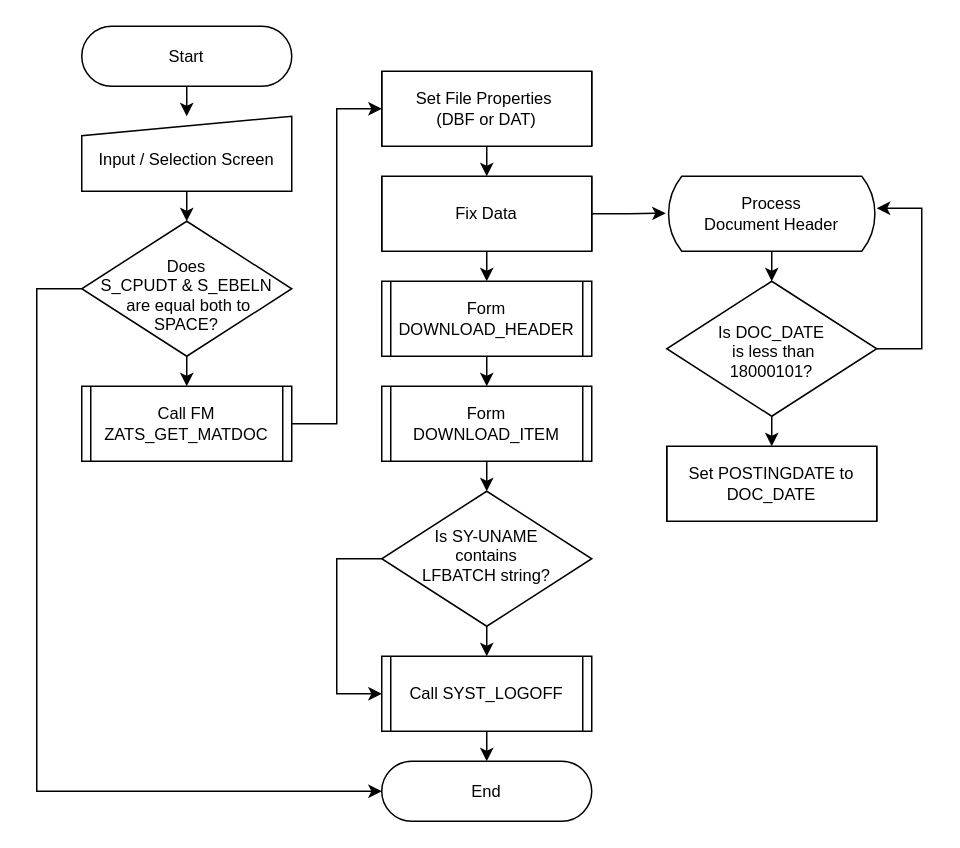
This is MM-E902.drawio from ivanpilariza/assignment, a draw.io file, before an edit. Source tidied: cells renumbered, new cells numbered last; positions are measured from the earlier drawing's top-left corner, leaving out a move shared by most shapes. Both pictures are drawn from the tidied source at 150%, with x=0, y=0 at pixel (36, 26).
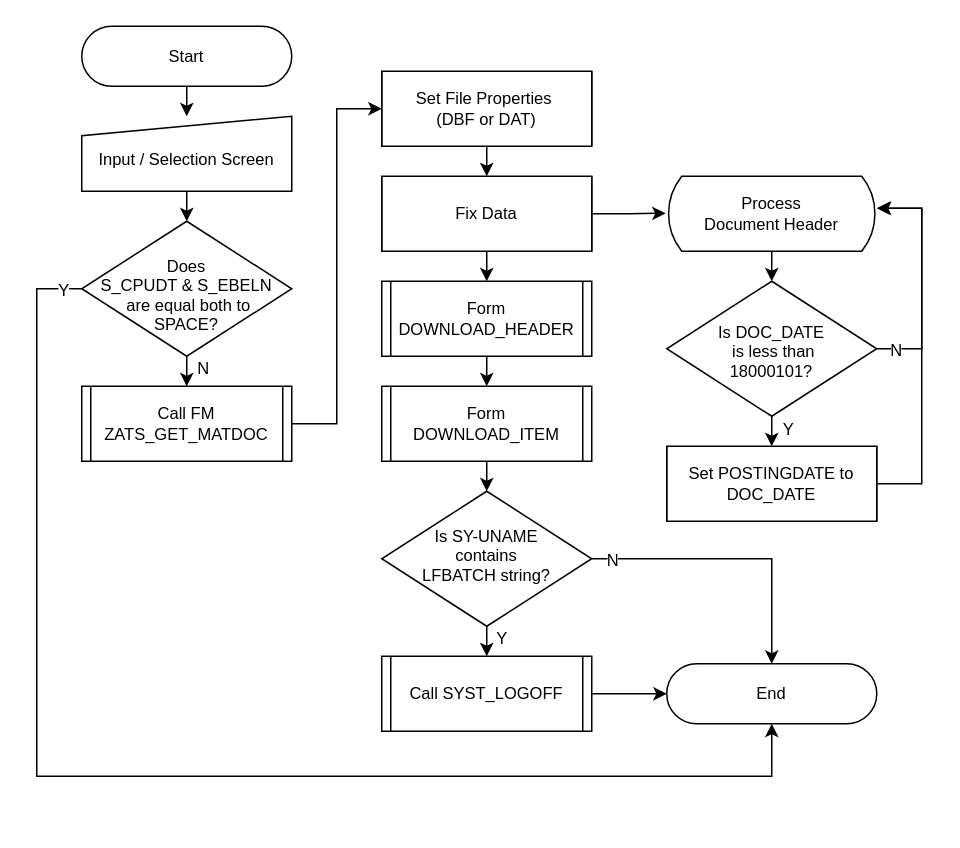
The same page after the edit.

The change refers to these unchanged cells:
```xml
<mxCell id="7" value="&lt;br&gt;Does&lt;br&gt;S_CPUDT &amp;amp; S_EBELN&lt;br&gt;&amp;nbsp;are equal both to &lt;br&gt;SPACE?" style="rhombus;whiteSpace=wrap;html=1;fontSize=11;spacingTop=-5;" parent="1" vertex="1">
  <mxGeometry x="30" y="130" width="140" height="90" as="geometry" />
</mxCell>
<mxCell id="13" value="Process &lt;br&gt;Document Header" style="html=1;dashed=0;whiteSpace=wrap;shape=mxgraph.dfd.loop;fontSize=11;" parent="1" vertex="1">
  <mxGeometry x="420" y="100" width="140" height="50" as="geometry" />
</mxCell>
<mxCell id="15" value="Is DOC_DATE&lt;br&gt;&amp;nbsp;is less than &lt;br&gt;18000101?" style="rhombus;whiteSpace=wrap;html=1;fontSize=11;spacingTop=3;" parent="1" vertex="1">
  <mxGeometry x="420" y="170" width="140" height="90" as="geometry" />
</mxCell>
<mxCell id="16" value="&lt;font style=&quot;font-size: 11px;&quot;&gt;Set POSTINGDATE to DOC_DATE&lt;br&gt;&lt;/font&gt;" style="shape=process;whiteSpace=wrap;html=1;backgroundOutline=1;fontSize=11;size=0;" parent="1" vertex="1">
  <mxGeometry x="420" y="280" width="140" height="50" as="geometry" />
</mxCell>
<mxCell id="26" value="Is SY-UNAME &lt;br&gt;contains&lt;br&gt;LFBATCH string?" style="rhombus;whiteSpace=wrap;html=1;fontSize=11;spacingTop=-5;" parent="1" vertex="1">
  <mxGeometry x="230" y="310" width="140" height="90" as="geometry" />
</mxCell>
<mxCell id="27" value="&lt;font style=&quot;font-size: 11px;&quot;&gt;Call SYST_LOGOFF&lt;br&gt;&lt;/font&gt;" style="shape=process;whiteSpace=wrap;html=1;backgroundOutline=1;fontSize=11;size=0.041666666666666664;" parent="1" vertex="1">
  <mxGeometry x="230" y="420" width="140" height="50" as="geometry" />
</mxCell>
```

Change to the diagram source:
```diff
@@
-    <mxCell id="25" style="edgeStyle=orthogonalEdgeStyle;rounded=0;jettySize=auto;html=1;exitX=0;exitY=0.5;exitDx=0;exitDy=0;entryX=0;entryY=0.5;entryDx=0;entryDy=0;" parent="1" edge="1" source="26" target="27">
-      <mxGeometry relative="1" as="geometry">
-        <Array as="points">
-          <mxPoint x="200" y="355" />
-          <mxPoint x="200" y="445" />
-        </Array>
-      </mxGeometry>
-    </mxCell>
@@
     <mxCell id="28" value="End" style="html=1;dashed=0;whiteSpace=wrap;shape=mxgraph.dfd.start;fontSize=11;" parent="1" vertex="1">
-      <mxGeometry x="230" y="490" width="140" height="40" as="geometry" />
+      <mxGeometry x="420" y="425" width="140" height="40" as="geometry" />
     </mxCell>
+    <mxCell id="31" style="edgeStyle=orthogonalEdgeStyle;rounded=0;jettySize=auto;html=1;exitX=1;exitY=0.5;exitDx=0;exitDy=0;entryX=1;entryY=0.427;entryDx=0;entryDy=0;entryPerimeter=0;" parent="1" edge="1" source="15" target="13">
+      <mxGeometry relative="1" as="geometry">
+        <Array as="points">
+          <mxPoint x="590" y="215" />
+          <mxPoint x="590" y="121" />
+        </Array>
+      </mxGeometry>
+    </mxCell>
+    <mxCell id="32" value="N" style="edgeLabel;html=1;align=center;verticalAlign=middle;" parent="31" vertex="1">
+      <mxGeometry x="-0.85" relative="1" as="geometry" />
+    </mxCell>
+    <mxCell id="33" value="Y" style="text;html=1;align=center;verticalAlign=middle;strokeColor=none;fillColor=none;fontSize=11;" parent="1" vertex="1">
+      <mxGeometry x="295" y="393" width="30" height="30" as="geometry" />
+    </mxCell>
+    <mxCell id="34" value="N" style="text;html=1;align=center;verticalAlign=middle;strokeColor=none;fillColor=none;fontSize=11;" parent="1" vertex="1">
+      <mxGeometry x="96" y="213" width="30" height="30" as="geometry" />
+    </mxCell>
+    <mxCell id="35" value="Y" style="text;html=1;align=center;verticalAlign=middle;strokeColor=none;fillColor=none;fontSize=11;" parent="1" vertex="1">
+      <mxGeometry x="486" y="254" width="30" height="30" as="geometry" />
+    </mxCell>
-    <mxCell id="29" style="edgeStyle=orthogonalEdgeStyle;rounded=0;jettySize=auto;html=1;exitX=0.5;exitY=1;exitDx=0;exitDy=0;entryX=0.5;entryY=0.5;entryDx=0;entryDy=-20;entryPerimeter=0;" parent="1" edge="1" source="27" target="28">
+    <mxCell id="29" style="edgeStyle=orthogonalEdgeStyle;rounded=0;jettySize=auto;html=1;exitX=1;exitY=0.5;exitDx=0;exitDy=0;entryX=0;entryY=0.5;entryDx=0;entryDy=0;entryPerimeter=0;" parent="1" edge="1" source="27" target="28">
       <mxGeometry relative="1" as="geometry" />
     </mxCell>
+    <mxCell id="36" style="edgeStyle=orthogonalEdgeStyle;rounded=0;jettySize=auto;html=1;exitX=1;exitY=0.5;exitDx=0;exitDy=0;entryX=0.5;entryY=0.5;entryDx=0;entryDy=-20;entryPerimeter=0;" parent="1" edge="1" source="26" target="28">
+      <mxGeometry relative="1" as="geometry" />
+    </mxCell>
+    <mxCell id="37" value="N" style="edgeLabel;html=1;align=center;verticalAlign=middle;" parent="36" vertex="1">
+      <mxGeometry x="-0.86" relative="1" as="geometry" />
+    </mxCell>
-    <mxCell id="30" style="edgeStyle=orthogonalEdgeStyle;rounded=0;jettySize=auto;html=1;exitX=0;exitY=0.5;exitDx=0;exitDy=0;entryX=0;entryY=0.5;entryDx=0;entryDy=0;entryPerimeter=0;" parent="1" edge="1" source="7" target="28">
+    <mxCell id="30" style="edgeStyle=orthogonalEdgeStyle;rounded=0;jettySize=auto;html=1;exitX=0;exitY=0.5;exitDx=0;exitDy=0;entryX=0.5;entryY=0.5;entryDx=0;entryDy=20;entryPerimeter=0;" parent="1" edge="1" source="7" target="28">
       <mxGeometry relative="1" as="geometry">
         <Array as="points">
           <mxPoint y="175" />
-          <mxPoint y="510" />
+          <mxPoint y="500" />
+          <mxPoint x="490" y="500" />
         </Array>
       </mxGeometry>
     </mxCell>
-    <mxCell id="31" style="edgeStyle=orthogonalEdgeStyle;rounded=0;jettySize=auto;html=1;exitX=1;exitY=0.5;exitDx=0;exitDy=0;entryX=1;entryY=0.427;entryDx=0;entryDy=0;entryPerimeter=0;" parent="1" edge="1" source="15" target="13">
-      <mxGeometry relative="1" as="geometry">
-        <Array as="points">
-          <mxPoint x="590" y="215" />
-          <mxPoint x="590" y="121" />
-        </Array>
-      </mxGeometry>
-    </mxCell>
+    <mxCell id="38" value="Y" style="edgeLabel;html=1;align=center;verticalAlign=middle;" parent="30" vertex="1">
+      <mxGeometry x="-0.97" relative="1" as="geometry" />
+    </mxCell>
+    <mxCell id="39" style="edgeStyle=orthogonalEdgeStyle;rounded=0;jettySize=auto;html=1;exitX=1;exitY=0.5;exitDx=0;exitDy=0;entryX=1.005;entryY=0.427;entryDx=0;entryDy=0;entryPerimeter=0;" parent="1" edge="1" source="16" target="13">
+      <mxGeometry relative="1" as="geometry">
+        <Array as="points">
+          <mxPoint x="590" y="305" />
+          <mxPoint x="590" y="121" />
+        </Array>
+      </mxGeometry>
+    </mxCell>
```
